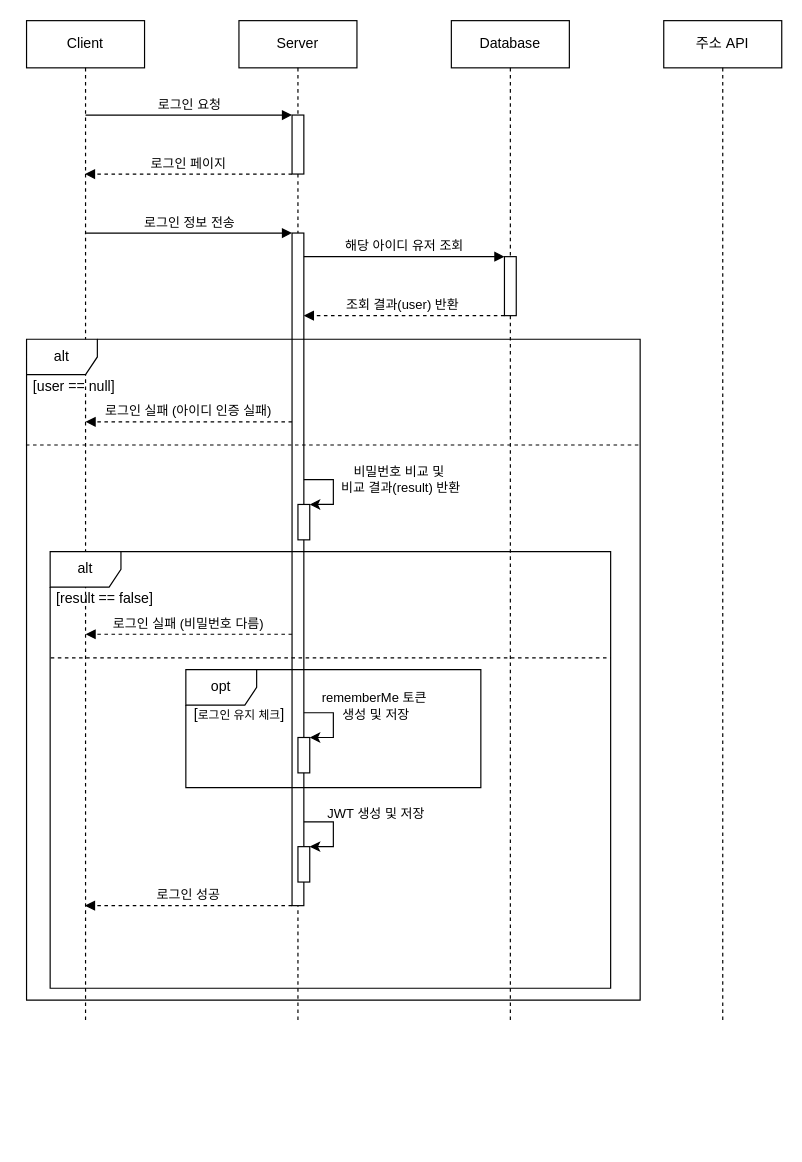
Earlier version of the draw.io diagram architecture/SequenceDiagram/로그인.drawio (98Woonho/ITHotel). Source tidied: cells renumbered, new cells numbered last; positions are measured from the earlier drawing's top-left corner, leaving out a move shared by most shapes. Both pictures are drawn from the tidied source at 118%, with x=0, y=0 at pixel (20, 20).
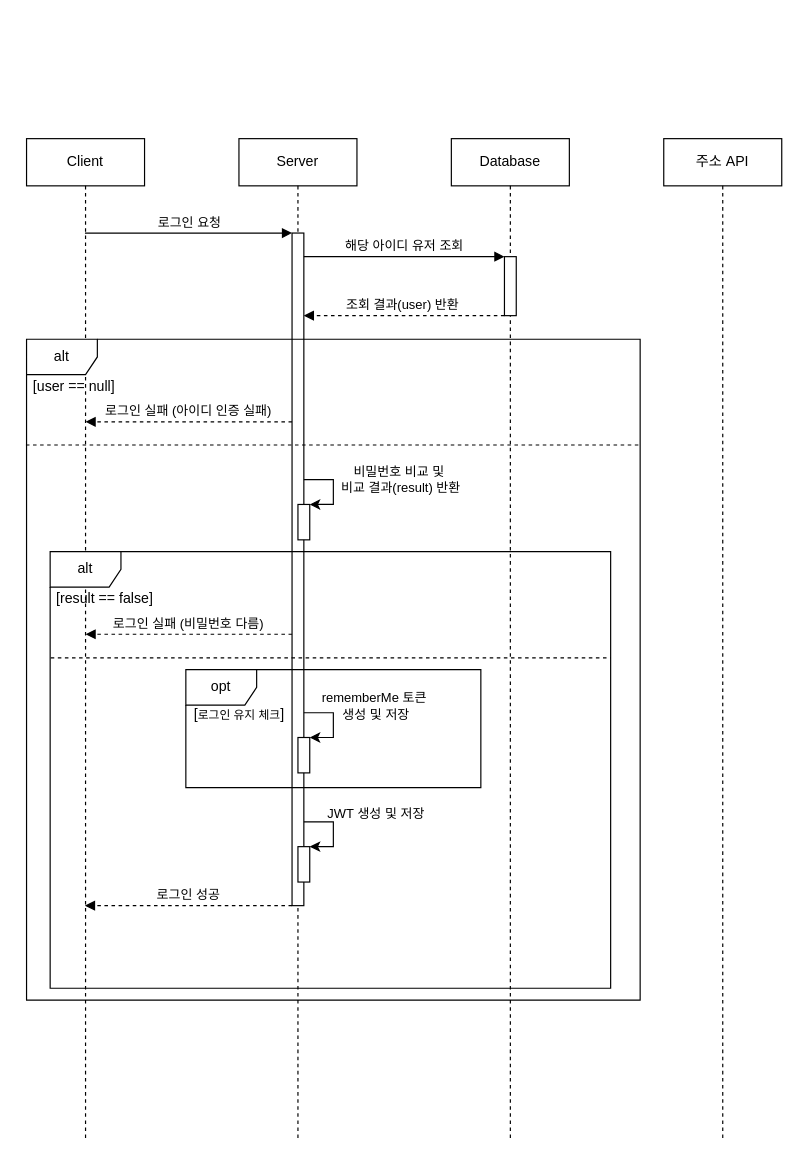
After the change.

What changed in the source:
```diff
@@
     <mxCell id="2" value="Client" style="shape=umlLifeline;perimeter=lifelinePerimeter;whiteSpace=wrap;html=1;outlineConnect=0;portConstraint=eastwest;newEdgeStyle={&quot;edgeStyle&quot;:&quot;elbowEdgeStyle&quot;,&quot;elbow&quot;:&quot;vertical&quot;,&quot;curved&quot;:0,&quot;rounded&quot;:0};" parent="1" vertex="1">
-      <mxGeometry x="5" width="100" height="850" as="geometry" />
+      <mxGeometry x="5" y="100" width="100" height="850" as="geometry" />
     </mxCell>
     <mxCell id="3" value="Server" style="shape=umlLifeline;perimeter=lifelinePerimeter;whiteSpace=wrap;html=1;newEdgeStyle={&quot;edgeStyle&quot;:&quot;elbowEdgeStyle&quot;,&quot;elbow&quot;:&quot;vertical&quot;,&quot;curved&quot;:0,&quot;rounded&quot;:0};" parent="1" vertex="1">
-      <mxGeometry x="185" width="100" height="850" as="geometry" />
+      <mxGeometry x="185" y="100" width="100" height="850" as="geometry" />
     </mxCell>
-    <mxCell id="4" style="html=1;points=[];perimeter=orthogonalPerimeter;outlineConnect=0;targetShapes=umlLifeline;portConstraint=eastwest;newEdgeStyle={&quot;edgeStyle&quot;:&quot;elbowEdgeStyle&quot;,&quot;elbow&quot;:&quot;vertical&quot;,&quot;curved&quot;:0,&quot;rounded&quot;:0};" parent="3" vertex="1">
-      <mxGeometry x="45" y="80" width="10" height="50" as="geometry" />
-    </mxCell>
     <mxCell id="5" style="html=1;points=[];perimeter=orthogonalPerimeter;outlineConnect=0;targetShapes=umlLifeline;portConstraint=eastwest;newEdgeStyle={&quot;edgeStyle&quot;:&quot;elbowEdgeStyle&quot;,&quot;elbow&quot;:&quot;vertical&quot;,&quot;curved&quot;:0,&quot;rounded&quot;:0};" parent="3" vertex="1">
-      <mxGeometry x="45" y="180" width="10" height="570" as="geometry" />
+      <mxGeometry x="45" y="80" width="10" height="570" as="geometry" />
     </mxCell>
     <mxCell id="6" style="html=1;points=[];perimeter=orthogonalPerimeter;outlineConnect=0;targetShapes=umlLifeline;portConstraint=eastwest;newEdgeStyle={&quot;edgeStyle&quot;:&quot;elbowEdgeStyle&quot;,&quot;elbow&quot;:&quot;vertical&quot;,&quot;curved&quot;:0,&quot;rounded&quot;:0};" parent="3" vertex="1">
-      <mxGeometry x="50" y="410" width="10" height="30" as="geometry" />
+      <mxGeometry x="50" y="310" width="10" height="30" as="geometry" />
     </mxCell>
     <mxCell id="7" style="endArrow=classic;html=1;rounded=0;" parent="3" edge="1" target="6">
       <mxGeometry relative="1" as="geometry">
-        <mxPoint x="55" y="389" as="sourcePoint" />
+        <mxPoint x="55" y="289" as="sourcePoint" />
         <Array as="points">
-          <mxPoint x="70" y="389" />
-          <mxPoint x="80" y="389" />
-          <mxPoint x="80" y="410" />
+          <mxPoint x="70" y="289" />
+          <mxPoint x="80" y="289" />
+          <mxPoint x="80" y="310" />
         </Array>
       </mxGeometry>
     </mxCell>
@@
-    <mxCell id="9" value="로그인 요청" style="html=1;verticalAlign=bottom;endArrow=block;edgeStyle=elbowEdgeStyle;elbow=vertical;curved=0;rounded=0;" parent="1" edge="1" target="4">
-      <mxGeometry relative="1" as="geometry">
-        <mxPoint x="55" y="80" as="sourcePoint" />
-        <Array as="points">
-          <mxPoint x="140" y="80" />
-        </Array>
-      </mxGeometry>
-    </mxCell>
-    <mxCell id="10" value="로그인 페이지" style="html=1;verticalAlign=bottom;endArrow=block;dashed=1;endSize=6;edgeStyle=elbowEdgeStyle;elbow=vertical;curved=0;rounded=0;endFill=1;" parent="1" edge="1" source="4" target="2">
-      <mxGeometry relative="1" as="geometry">
-        <Array as="points">
-          <mxPoint x="165" y="130" />
-        </Array>
-      </mxGeometry>
-    </mxCell>
-    <mxCell id="11" value="로그인 정보 전송" style="html=1;verticalAlign=bottom;endArrow=block;edgeStyle=elbowEdgeStyle;elbow=vertical;curved=0;rounded=0;" parent="1" edge="1" source="2" target="5">
+    <mxCell id="11" value="로그인 요청" style="html=1;verticalAlign=bottom;endArrow=block;edgeStyle=elbowEdgeStyle;elbow=vertical;curved=0;rounded=0;" parent="1" edge="1" target="5">
       <mxGeometry relative="1" as="geometry">
+        <mxPoint x="54.5" y="180" as="sourcePoint" />
         <Array as="points">
           <mxPoint x="150" y="180" />
         </Array>
       </mxGeometry>
     </mxCell>
     <mxCell id="12" value="Database" style="shape=umlLifeline;perimeter=lifelinePerimeter;whiteSpace=wrap;html=1;newEdgeStyle={&quot;edgeStyle&quot;:&quot;elbowEdgeStyle&quot;,&quot;elbow&quot;:&quot;vertical&quot;,&quot;curved&quot;:0,&quot;rounded&quot;:0};" parent="1" vertex="1">
-      <mxGeometry x="365" width="100" height="850" as="geometry" />
+      <mxGeometry x="365" y="100" width="100" height="850" as="geometry" />
     </mxCell>
     <mxCell id="13" value="해당 아이디 유저 조회" style="html=1;verticalAlign=bottom;endArrow=block;edgeStyle=elbowEdgeStyle;elbow=vertical;curved=0;rounded=0;" parent="12" edge="1" target="15">
       <mxGeometry relative="1" as="geometry">
-        <mxPoint x="-125" y="200" as="sourcePoint" />
+        <mxPoint x="-125" y="100" as="sourcePoint" />
         <Array as="points">
-          <mxPoint x="-20" y="200" />
+          <mxPoint x="-20" y="100" />
         </Array>
       </mxGeometry>
     </mxCell>
     <mxCell id="14" value="조회 결과(user) 반환&amp;nbsp;" style="html=1;verticalAlign=bottom;endArrow=block;dashed=1;endSize=6;edgeStyle=elbowEdgeStyle;elbow=vertical;curved=0;rounded=0;endFill=1;" parent="12" edge="1">
       <mxGeometry relative="1" as="geometry">
-        <mxPoint x="45" y="250" as="sourcePoint" />
-        <mxPoint x="-125" y="250" as="targetPoint" />
+        <mxPoint x="45" y="150" as="sourcePoint" />
+        <mxPoint x="-125" y="150" as="targetPoint" />
       </mxGeometry>
     </mxCell>
     <mxCell id="15" style="html=1;points=[];perimeter=orthogonalPerimeter;outlineConnect=0;targetShapes=umlLifeline;portConstraint=eastwest;newEdgeStyle={&quot;edgeStyle&quot;:&quot;elbowEdgeStyle&quot;,&quot;elbow&quot;:&quot;vertical&quot;,&quot;curved&quot;:0,&quot;rounded&quot;:0};" parent="12" vertex="1">
-      <mxGeometry x="45" y="200" width="10" height="50" as="geometry" />
+      <mxGeometry x="45" y="100" width="10" height="50" as="geometry" />
     </mxCell>
     <mxCell id="16" value="주소 API" style="shape=umlLifeline;perimeter=lifelinePerimeter;whiteSpace=wrap;html=1;newEdgeStyle={&quot;edgeStyle&quot;:&quot;elbowEdgeStyle&quot;,&quot;elbow&quot;:&quot;vertical&quot;,&quot;curved&quot;:0,&quot;rounded&quot;:0};" parent="1" vertex="1">
-      <mxGeometry x="545" width="100" height="850" as="geometry" />
+      <mxGeometry x="545" y="100" width="100" height="850" as="geometry" />
     </mxCell>
@@
-    <mxCell id="30" value="로그인 성공" style="html=1;verticalAlign=bottom;endArrow=block;dashed=1;endSize=6;edgeStyle=elbowEdgeStyle;elbow=vertical;curved=0;rounded=0;endFill=1;exitX=0;exitY=1;exitDx=0;exitDy=0;exitPerimeter=0;" parent="1" edge="1" source="5" target="2">
-      <mxGeometry relative="1" as="geometry" />
+    <mxCell id="30" value="로그인 성공" style="html=1;verticalAlign=bottom;endArrow=block;dashed=1;endSize=6;edgeStyle=elbowEdgeStyle;elbow=vertical;curved=0;rounded=0;endFill=1;exitX=0;exitY=1;exitDx=0;exitDy=0;exitPerimeter=0;" parent="1" edge="1" source="5">
+      <mxGeometry relative="1" as="geometry">
+        <mxPoint x="54.5" y="750" as="targetPoint" />
+      </mxGeometry>
     </mxCell>
```
